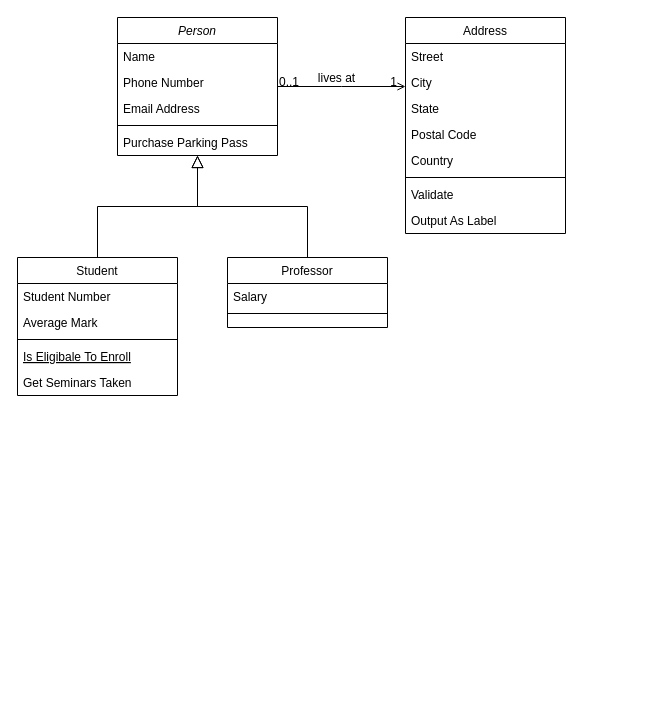
Earlier version of the draw.io diagram Untitled Diagram.drawio (caoxof/numpy). Source tidied: cells renumbered, new cells numbered last; positions are measured from the earlier drawing's top-left corner, leaving out a move shared by most shapes. Both pictures are drawn from the tidied source at 100%, with x=0, y=0 at pixel (17, 17).
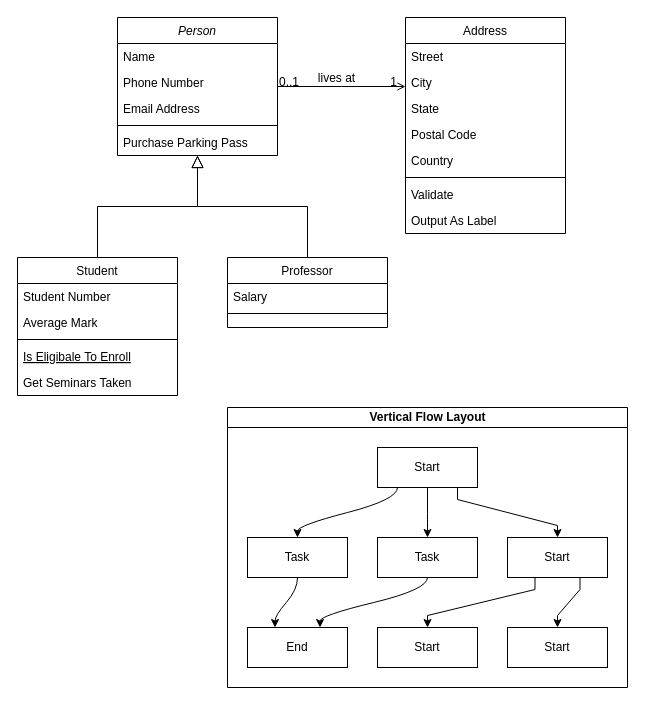
The same diagram, later.

What changed in the source:
```diff
@@
+    <mxCell id="32" value="Vertical Flow Layout" style="swimlane;html=1;startSize=20;horizontal=1;flowOrientation=north;interRankCellSpacing=50;containerType=tree;" parent="1" vertex="1">
+      <mxGeometry x="210" y="390" width="400" height="280" as="geometry" />
+    </mxCell>
+    <mxCell id="33" value="Start" style="whiteSpace=wrap;html=1;" parent="32" vertex="1">
+      <mxGeometry x="150" y="40" width="100" height="40" as="geometry" />
+    </mxCell>
+    <mxCell id="34" value="Task" style="whiteSpace=wrap;html=1;" parent="32" vertex="1">
+      <mxGeometry x="20" y="130" width="100" height="40" as="geometry" />
+    </mxCell>
+    <mxCell id="35" style="html=1;curved=1;noEdgeStyle=1;orthogonal=1;" parent="32" edge="1" source="33" target="34">
+      <mxGeometry relative="1" as="geometry">
+        <Array as="points">
+          <mxPoint x="170" y="92" />
+          <mxPoint x="70" y="118" />
+        </Array>
+      </mxGeometry>
+    </mxCell>
+    <mxCell id="36" value="Task" style="whiteSpace=wrap;html=1;" parent="32" vertex="1">
+      <mxGeometry x="150" y="130" width="100" height="40" as="geometry" />
+    </mxCell>
+    <mxCell id="37" style="html=1;curved=1;noEdgeStyle=1;orthogonal=1;" parent="32" edge="1" source="33" target="36">
+      <mxGeometry relative="1" as="geometry">
+        <Array as="points">
+          <mxPoint x="200" y="94" />
+          <mxPoint x="200" y="118" />
+        </Array>
+      </mxGeometry>
+    </mxCell>
+    <mxCell id="38" value="End" style="whiteSpace=wrap;html=1;" parent="32" vertex="1">
+      <mxGeometry x="20" y="220" width="100" height="40" as="geometry" />
+    </mxCell>
+    <mxCell id="39" style="html=1;curved=1;noEdgeStyle=1;orthogonal=1;" parent="32" edge="1" source="34" target="38">
+      <mxGeometry relative="1" as="geometry">
+        <Array as="points">
+          <mxPoint x="70" y="182" />
+          <mxPoint x="47.5" y="208" />
+        </Array>
+      </mxGeometry>
+    </mxCell>
+    <mxCell id="40" style="html=1;curved=1;noEdgeStyle=1;orthogonal=1;" parent="32" edge="1" source="36" target="38">
+      <mxGeometry relative="1" as="geometry">
+        <Array as="points">
+          <mxPoint x="200" y="182" />
+          <mxPoint x="92.5" y="208" />
+        </Array>
+      </mxGeometry>
+    </mxCell>
+    <mxCell id="41" style="edgeStyle=orthogonalEdgeStyle;rounded=0;jettySize=auto;html=1;noEdgeStyle=1;orthogonal=1;" parent="32" edge="1" source="33" target="42">
+      <mxGeometry relative="1" as="geometry">
+        <Array as="points">
+          <mxPoint x="230" y="92" />
+          <mxPoint x="330" y="118" />
+        </Array>
+      </mxGeometry>
+    </mxCell>
+    <mxCell id="42" value="Start" style="whiteSpace=wrap;html=1;" parent="32" vertex="1">
+      <mxGeometry x="280" y="130" width="100" height="40" as="geometry" />
+    </mxCell>
+    <mxCell id="43" style="edgeStyle=orthogonalEdgeStyle;rounded=0;jettySize=auto;html=1;noEdgeStyle=1;orthogonal=1;" parent="32" edge="1" source="42" target="44">
+      <mxGeometry relative="1" as="geometry">
+        <Array as="points">
+          <mxPoint x="307.5" y="182" />
+          <mxPoint x="200" y="208" />
+        </Array>
+      </mxGeometry>
+    </mxCell>
+    <mxCell id="44" value="Start" style="whiteSpace=wrap;html=1;" parent="32" vertex="1">
+      <mxGeometry x="150" y="220" width="100" height="40" as="geometry" />
+    </mxCell>
+    <mxCell id="45" style="edgeStyle=orthogonalEdgeStyle;rounded=0;jettySize=auto;html=1;noEdgeStyle=1;orthogonal=1;" parent="32" edge="1" source="42" target="46">
+      <mxGeometry relative="1" as="geometry">
+        <Array as="points">
+          <mxPoint x="352.5" y="182" />
+          <mxPoint x="330" y="208" />
+        </Array>
+      </mxGeometry>
+    </mxCell>
+    <mxCell id="46" value="Start" style="whiteSpace=wrap;html=1;" parent="32" vertex="1">
+      <mxGeometry x="280" y="220" width="100" height="40" as="geometry" />
+    </mxCell>
```
